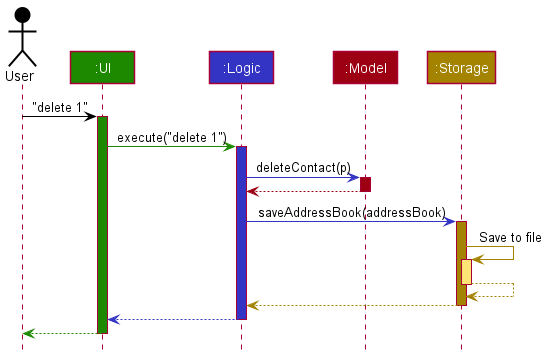
The PlantUML diagram docs/images/ArchitectureSequenceDiagram.png in nus-cs2103-AY2122S1/tp, before a commit.
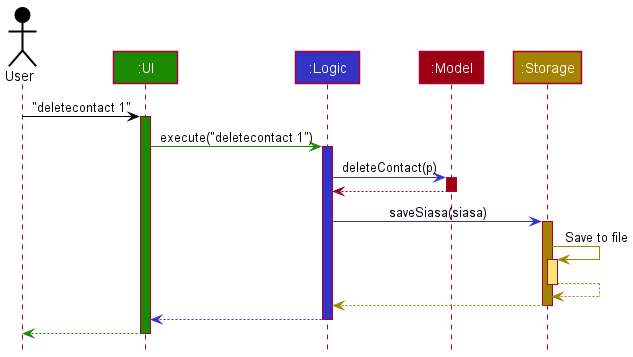
Later version of the same file.

Commit message:
Correct ArchitectureSequenceDiagram

What changed in the source:
```diff
@@ -7,10 +7,10 @@
 Participant ":Model" as model MODEL_COLOR
 Participant ":Storage" as storage STORAGE_COLOR
 
-user -[USER_COLOR]> ui : "delete 1"
+user -[USER_COLOR]> ui : "deletecontact 1"
 activate ui UI_COLOR
 
-ui -[UI_COLOR]> logic : execute("delete 1")
+ui -[UI_COLOR]> logic : execute("deletecontact 1")
 activate logic LOGIC_COLOR
 
 logic -[LOGIC_COLOR]> model : deleteContact(p)
@@ -19,7 +19,7 @@
 model -[MODEL_COLOR]-> logic
 deactivate model
 
-logic -[LOGIC_COLOR]> storage : saveAddressBook(addressBook)
+logic -[LOGIC_COLOR]> storage : saveSiasa(siasa)
 activate storage STORAGE_COLOR
 
 storage -[STORAGE_COLOR]> storage : Save to file
```
